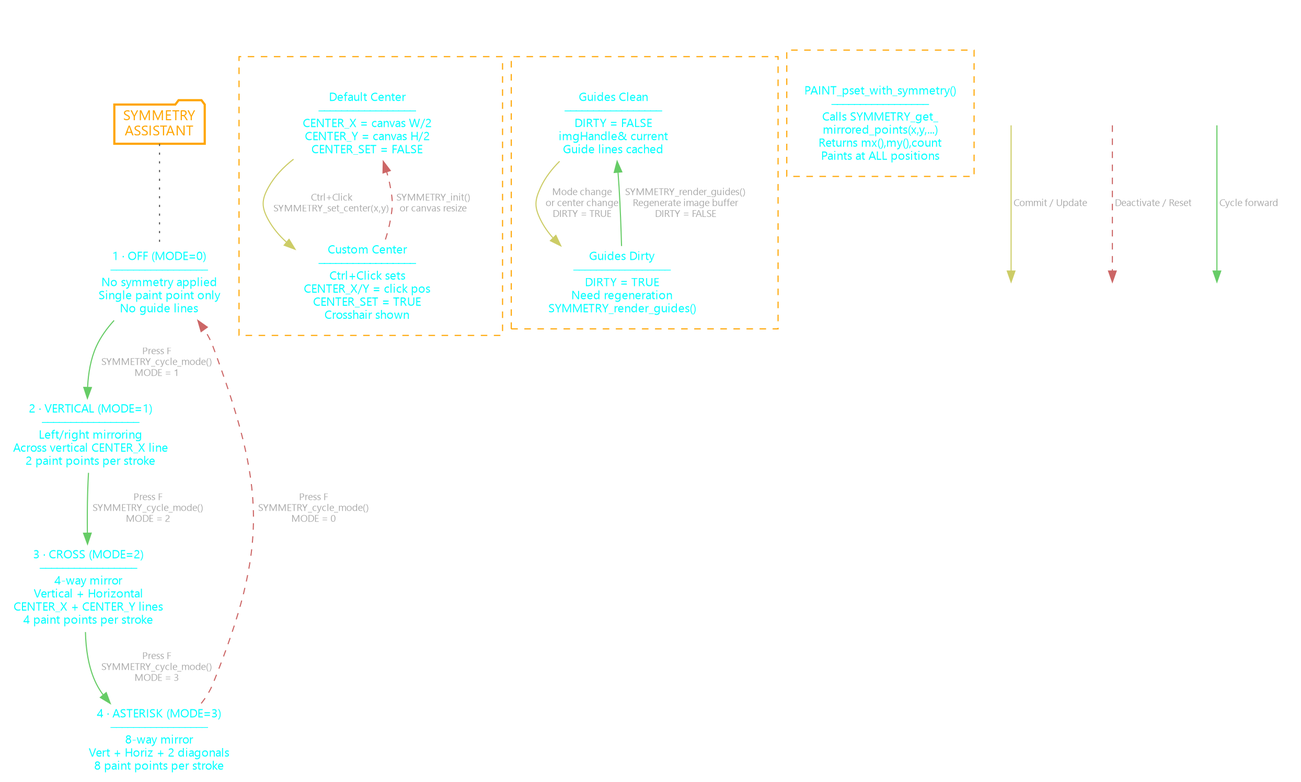
Above: PLANS/diagrams/UTILITIES/SYMMETRY-STATES.png in grymmjack/DRAW (Graphviz), before the change. Its source is kept beside it as PLANS/diagrams/UTILITIES/SYMMETRY-STATES.DOT. Source of this version:
```dot
digraph SYMMETRY_STATES {
    label="SYMMETRY ASSISTANT STATE MACHINE" labelloc=t labeljust=c
    ordering=out rankdir=TB
    fontcolor=white fontsize=24.0 fontname="Cascadia Code PL"
    splines=true compound=true
    bgcolor=transparent
    edge [
        color=gray fontcolor="#aaaaaa" fontsize=9.0
        fontname="Cascadia Code PL"
    ];
    node [
        color=white shape=rect style=""
        fontname="Cascadia Code PL" fontsize=11.0 fontcolor=cyan
    ];

    { node [shape=folder color=orange penwidth=2 fontcolor=orange fontsize=13.0];
        MAIN [label="SYMMETRY\nASSISTANT"];
    }

    S_OFF [label="1 · OFF (MODE=0)\n─────────────────\nNo symmetry applied\nSingle paint point only\nNo guide lines"];
    S_VERT [label="2 · VERTICAL (MODE=1)\n─────────────────\nLeft/right mirroring\nAcross vertical CENTER_X line\n2 paint points per stroke"];
    S_CROSS [label="3 · CROSS (MODE=2)\n─────────────────\n4-way mirror\nVertical + Horizontal\nCENTER_X + CENTER_Y lines\n4 paint points per stroke"];
    S_ASTERISK [label="4 · ASTERISK (MODE=3)\n─────────────────\n8-way mirror\nVert + Horiz + 2 diagonals\n8 paint points per stroke"];

    S_OFF -> S_VERT [label="  Press F\n  SYMMETRY_cycle_mode()\n  MODE = 1" color="#66cc66"];
    S_VERT -> S_CROSS [label="  Press F\n  SYMMETRY_cycle_mode()\n  MODE = 2" color="#66cc66"];
    S_CROSS -> S_ASTERISK [label="  Press F\n  SYMMETRY_cycle_mode()\n  MODE = 3" color="#66cc66"];
    S_ASTERISK -> S_OFF [label="  Press F\n  SYMMETRY_cycle_mode()\n  MODE = 0" color="#cc6666" style=dashed];

    MAIN -> S_OFF [arrowhead=none color="#555555" style=dotted];
    { rank=min; MAIN }

    subgraph cluster_center {
        label="CENTER CONTROL" labelloc=t labeljust=l
        fontcolor=white fontsize=11.0 fontname="Cascadia Code PL"
        color=orange style=dashed penwidth=1

        C_DEFAULT [label="Default Center\n─────────────────\nCENTER_X = canvas W/2\nCENTER_Y = canvas H/2\nCENTER_SET = FALSE"];
        C_CUSTOM [label="Custom Center\n─────────────────\nCtrl+Click sets\nCENTER_X/Y = click pos\nCENTER_SET = TRUE\nCrosshair shown"];

        C_DEFAULT -> C_CUSTOM [label="  Ctrl+Click\n  SYMMETRY_set_center(x,y)" color="#cccc66"];
        C_CUSTOM -> C_DEFAULT [label="  SYMMETRY_init()\n  or canvas resize" color="#cc6666" style=dashed];
    }

    subgraph cluster_guides {
        label="GUIDE RENDERING" labelloc=t labeljust=l
        fontcolor=white fontsize=11.0 fontname="Cascadia Code PL"
        color=orange style=dashed penwidth=1

        G_CLEAN [label="Guides Clean\n─────────────────\nDIRTY = FALSE\nimgHandle& current\nGuide lines cached"];
        G_DIRTY [label="Guides Dirty\n─────────────────\nDIRTY = TRUE\nNeed regeneration\nSYMMETRY_render_guides()"];

        G_CLEAN -> G_DIRTY [label="  Mode change\n  or center change\n  DIRTY = TRUE" color="#cccc66"];
        G_DIRTY -> G_CLEAN [label="  SYMMETRY_render_guides()\n  Regenerate image buffer\n  DIRTY = FALSE" color="#66cc66"];
    }

    subgraph cluster_paint {
        label="PAINT INTEGRATION" labelloc=t labeljust=l
        fontcolor=white fontsize=11.0 fontname="Cascadia Code PL"
        color=orange style=dashed penwidth=1

        P1 [label="PAINT_pset_with_symmetry()\n─────────────────\nCalls SYMMETRY_get_\nmirrored_points(x,y,...)\nReturns mx(),my(),count\nPaints at ALL positions"];
    }

    subgraph cluster_legend {
        label="LEGEND" labelloc=t labeljust=l
        fontcolor=white fontsize=11.0 fontname="Cascadia Code PL"
        color=white style=dashed penwidth=1
        L1 [label="" shape=point width=0.01]; L2 [label="" shape=point width=0.01];
        L3 [label="" shape=point width=0.01]; L4 [label="" shape=point width=0.01];
        L5 [label="" shape=point width=0.01]; L6 [label="" shape=point width=0.01];
        L1 -> L2 [label=" Cycle forward" arrowhead=normal color="#66cc66" fontsize=9.0];
        L3 -> L4 [label=" Deactivate / Reset" arrowhead=normal color="#cc6666" style=dashed fontsize=9.0];
        L5 -> L6 [label=" Commit / Update" arrowhead=normal color="#cccc66" fontsize=9.0];
    }
}
```
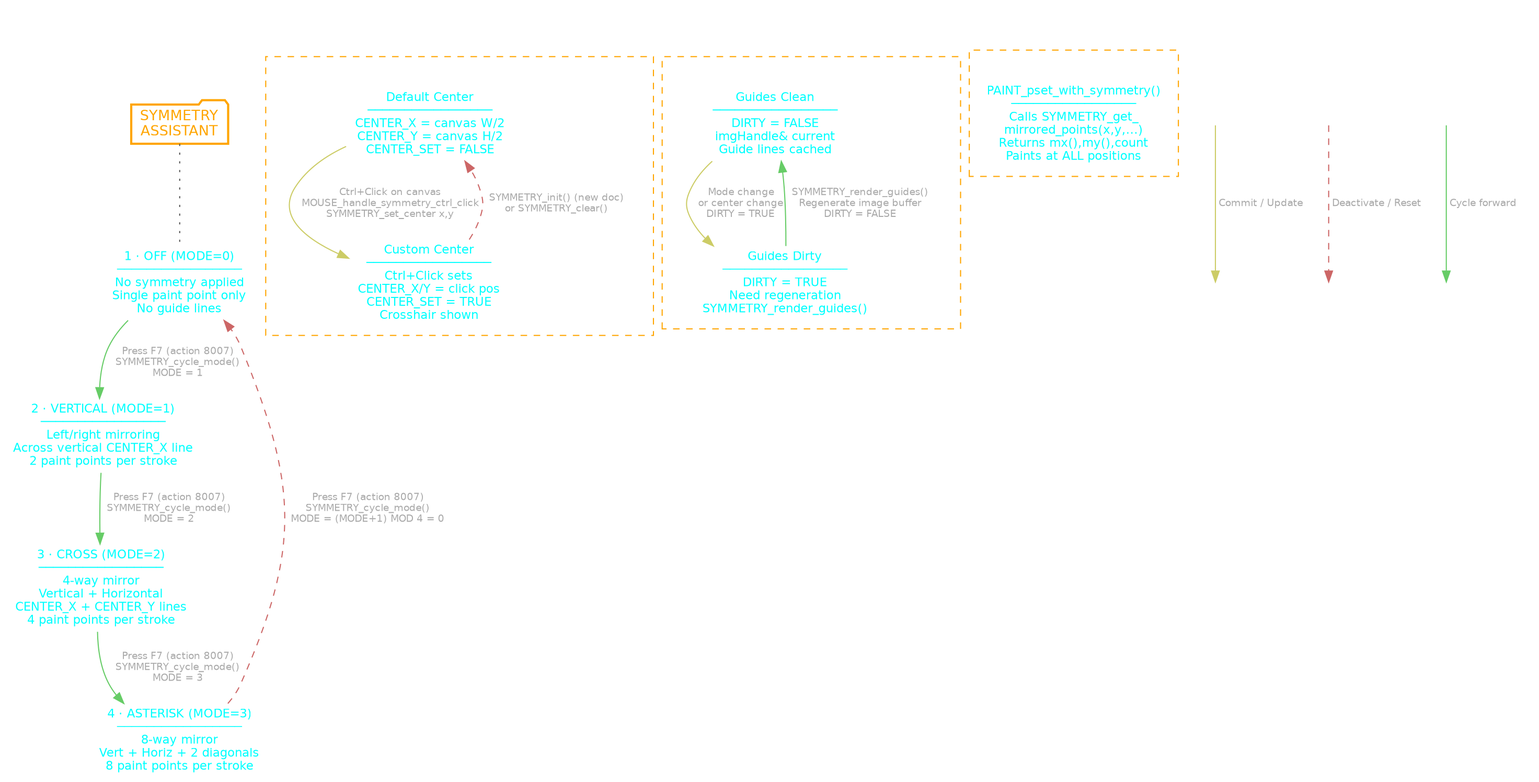
The same diagram one commit later.

The edit, as a diff of the source:
```diff
@@ -22,10 +22,10 @@
     S_CROSS [label="3 · CROSS (MODE=2)\n─────────────────\n4-way mirror\nVertical + Horizontal\nCENTER_X + CENTER_Y lines\n4 paint points per stroke"];
     S_ASTERISK [label="4 · ASTERISK (MODE=3)\n─────────────────\n8-way mirror\nVert + Horiz + 2 diagonals\n8 paint points per stroke"];
 
-    S_OFF -> S_VERT [label="  Press F\n  SYMMETRY_cycle_mode()\n  MODE = 1" color="#66cc66"];
-    S_VERT -> S_CROSS [label="  Press F\n  SYMMETRY_cycle_mode()\n  MODE = 2" color="#66cc66"];
-    S_CROSS -> S_ASTERISK [label="  Press F\n  SYMMETRY_cycle_mode()\n  MODE = 3" color="#66cc66"];
-    S_ASTERISK -> S_OFF [label="  Press F\n  SYMMETRY_cycle_mode()\n  MODE = 0" color="#cc6666" style=dashed];
+    S_OFF -> S_VERT [label="  Press F7 (action 8007)\n  SYMMETRY_cycle_mode()\n  MODE = 1" color="#66cc66"];
+    S_VERT -> S_CROSS [label="  Press F7 (action 8007)\n  SYMMETRY_cycle_mode()\n  MODE = 2" color="#66cc66"];
+    S_CROSS -> S_ASTERISK [label="  Press F7 (action 8007)\n  SYMMETRY_cycle_mode()\n  MODE = 3" color="#66cc66"];
+    S_ASTERISK -> S_OFF [label="  Press F7 (action 8007)\n  SYMMETRY_cycle_mode()\n  MODE = (MODE+1) MOD 4 = 0" color="#cc6666" style=dashed];
 
     MAIN -> S_OFF [arrowhead=none color="#555555" style=dotted];
     { rank=min; MAIN }
@@ -38,8 +38,8 @@
         C_DEFAULT [label="Default Center\n─────────────────\nCENTER_X = canvas W/2\nCENTER_Y = canvas H/2\nCENTER_SET = FALSE"];
         C_CUSTOM [label="Custom Center\n─────────────────\nCtrl+Click sets\nCENTER_X/Y = click pos\nCENTER_SET = TRUE\nCrosshair shown"];
 
-        C_DEFAULT -> C_CUSTOM [label="  Ctrl+Click\n  SYMMETRY_set_center(x,y)" color="#cccc66"];
-        C_CUSTOM -> C_DEFAULT [label="  SYMMETRY_init()\n  or canvas resize" color="#cc6666" style=dashed];
+        C_DEFAULT -> C_CUSTOM [label="  Ctrl+Click on canvas\n  MOUSE_handle_symmetry_ctrl_click\n  SYMMETRY_set_center x,y" color="#cccc66"];
+        C_CUSTOM -> C_DEFAULT [label="  SYMMETRY_init() (new doc)\n  or SYMMETRY_clear()" color="#cc6666" style=dashed];
     }
 
     subgraph cluster_guides {
```
